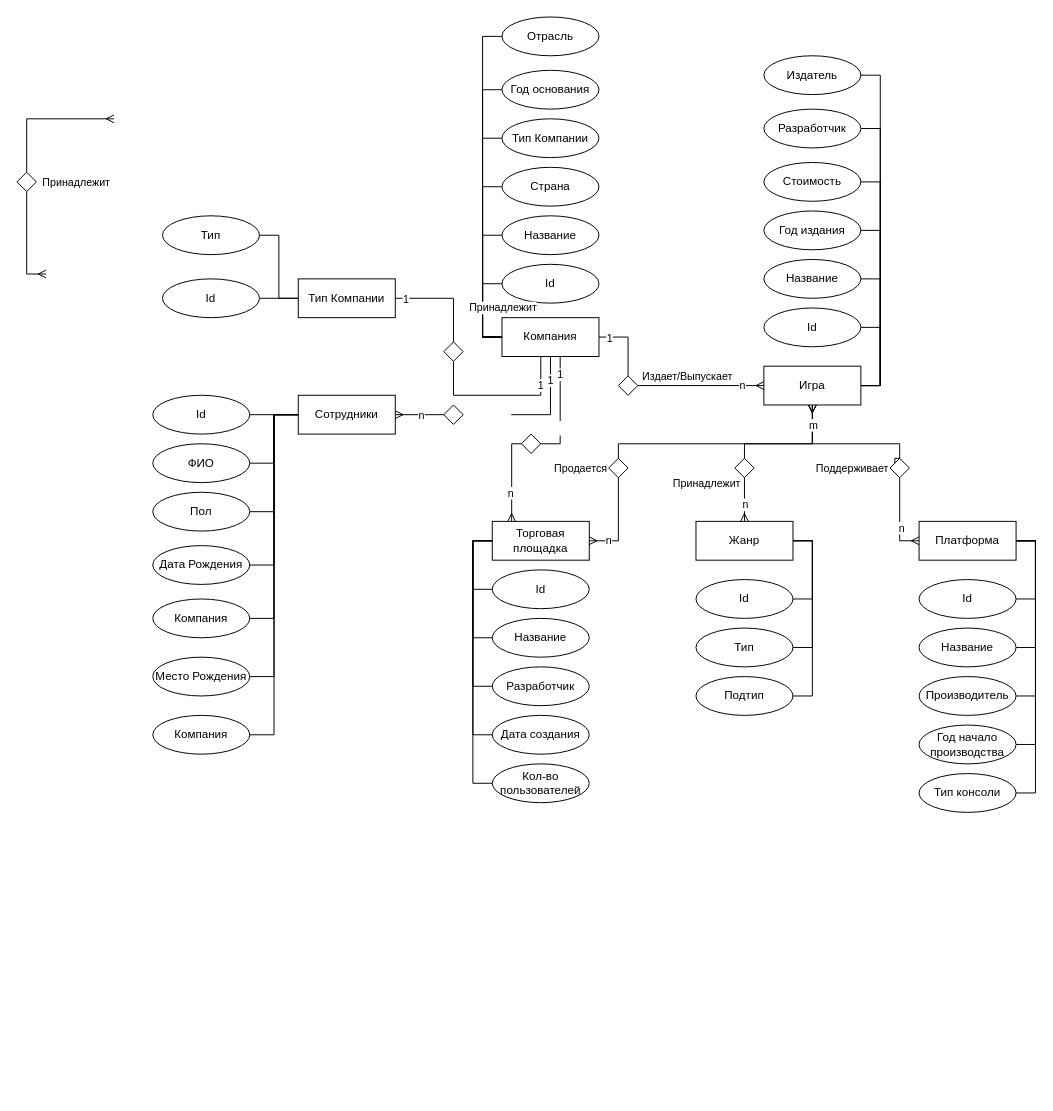
Mansurow/bmstu-iu7-5sem-DB keeps this draw.io diagram as page "ERD DB GAMES" (1 of 3) of erd/erd.drawio. Above is the earlier version. Source tidied: cells renumbered, new cells numbered last; positions are measured from the earlier drawing's top-left corner, leaving out a move shared by most shapes. Both pictures are drawn from the tidied source at 97%, with x=0, y=0 at pixel (16, 16).
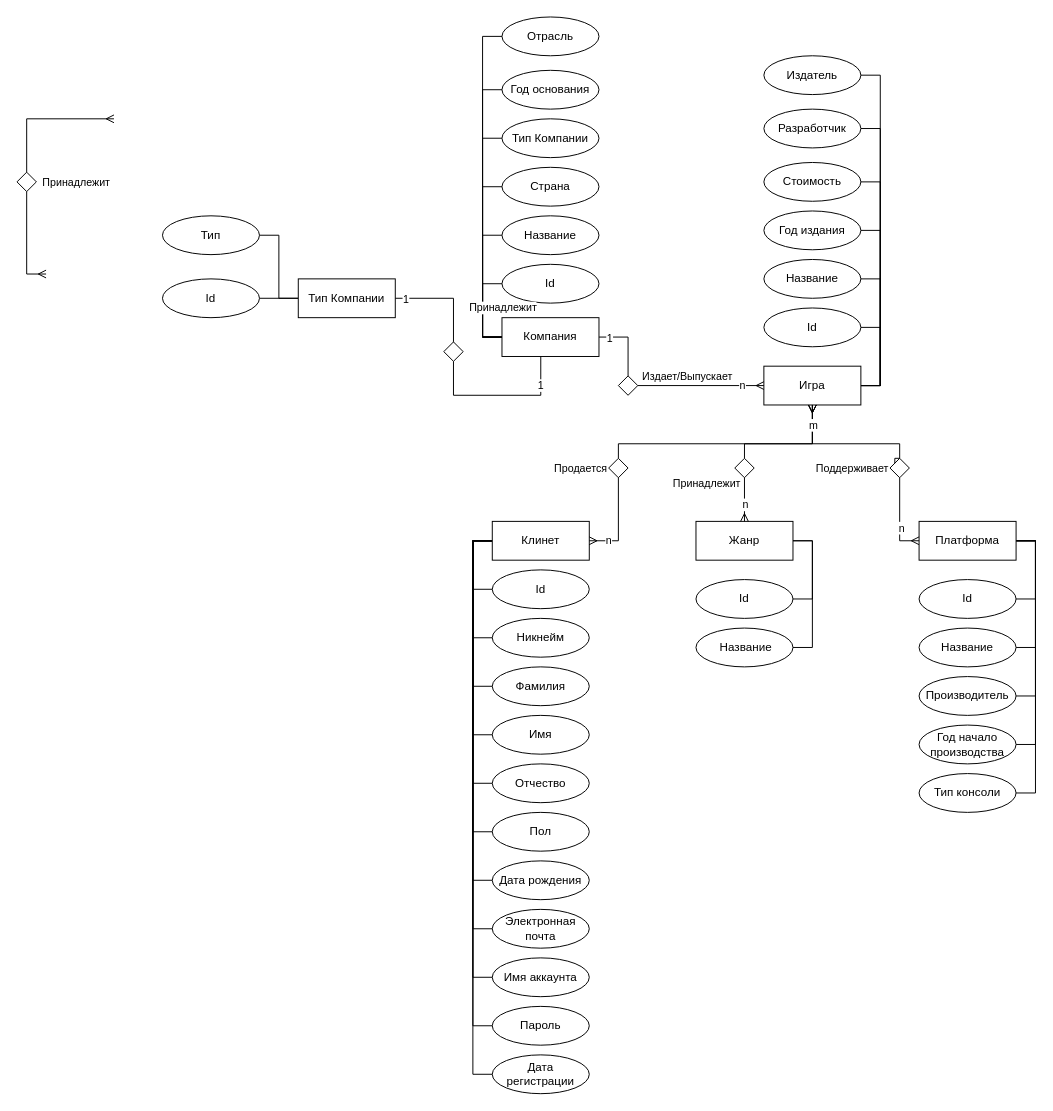
The same page after the edit.

Unchanged cells that the change refers to:
```xml
<mxCell id="29" value="Жанр" style="whiteSpace=wrap;html=1;align=center;shadow=0;strokeColor=default;" parent="1" vertex="1">
  <mxGeometry x="700" y="520" width="100" height="40" as="geometry" />
</mxCell>
<mxCell id="63" value="Компания" style="whiteSpace=wrap;html=1;align=center;shadow=0;strokeColor=default;" parent="1" vertex="1">
  <mxGeometry x="500" y="310" width="100" height="40" as="geometry" />
</mxCell>
<mxCell id="144" style="group;" parent="1" vertex="1">
  <mxGeometry x="400" y="370" width="20" height="150" as="geometry" />
</mxCell>
```

The edit, as a diff of the source:
```diff
@@
-    <mxCell id="28" style="edgeStyle=orthogonalEdgeStyle;rounded=0;jettySize=auto;html=1;exitX=1;exitY=0.5;exitDx=0;exitDy=0;entryX=1;entryY=0.5;entryDx=0;entryDy=0;endArrow=none;endFill=0;" parent="1" edge="1" source="29" target="55">
-      <mxGeometry relative="1" as="geometry" />
-    </mxCell>
@@
-    <mxCell id="54" value="Тип" style="ellipse;whiteSpace=wrap;html=1;align=center;shadow=0;strokeColor=default;" parent="1" vertex="1">
+    <mxCell id="54" value="&amp;nbsp;Название" style="ellipse;whiteSpace=wrap;html=1;align=center;shadow=0;strokeColor=default;" parent="1" vertex="1">
       <mxGeometry x="700" y="630" width="100" height="40" as="geometry" />
     </mxCell>
-    <mxCell id="55" value="Подтип" style="ellipse;whiteSpace=wrap;html=1;align=center;shadow=0;strokeColor=default;" parent="1" vertex="1">
-      <mxGeometry x="700" y="680" width="100" height="40" as="geometry" />
-    </mxCell>
@@
+    <mxCell id="183" style="edgeStyle=orthogonalEdgeStyle;rounded=0;jettySize=auto;html=1;exitX=0;exitY=0.5;exitDx=0;exitDy=0;entryX=0;entryY=0.5;entryDx=0;entryDy=0;endArrow=none;endFill=0;" parent="1" edge="1" source="103" target="133">
+      <mxGeometry relative="1" as="geometry" />
+    </mxCell>
+    <mxCell id="184" style="edgeStyle=orthogonalEdgeStyle;rounded=0;jettySize=auto;html=1;exitX=0;exitY=0.5;exitDx=0;exitDy=0;entryX=0;entryY=0.5;entryDx=0;entryDy=0;endArrow=none;endFill=0;" parent="1" edge="1" source="103" target="189">
+      <mxGeometry relative="1" as="geometry" />
+    </mxCell>
+    <mxCell id="185" style="edgeStyle=orthogonalEdgeStyle;rounded=0;jettySize=auto;html=1;exitX=0;exitY=0.5;exitDx=0;exitDy=0;entryX=0;entryY=0.5;entryDx=0;entryDy=0;endArrow=none;endFill=0;" parent="1" edge="1" source="103" target="190">
+      <mxGeometry relative="1" as="geometry" />
+    </mxCell>
+    <mxCell id="186" style="edgeStyle=orthogonalEdgeStyle;rounded=0;jettySize=auto;html=1;exitX=0;exitY=0.5;exitDx=0;exitDy=0;entryX=0;entryY=0.5;entryDx=0;entryDy=0;endArrow=none;endFill=0;" parent="1" edge="1" source="103" target="191">
+      <mxGeometry relative="1" as="geometry" />
+    </mxCell>
+    <mxCell id="187" style="edgeStyle=orthogonalEdgeStyle;rounded=0;jettySize=auto;html=1;exitX=0;exitY=0.5;exitDx=0;exitDy=0;entryX=0;entryY=0.5;entryDx=0;entryDy=0;endArrow=none;endFill=0;" parent="1" edge="1" source="103" target="192">
+      <mxGeometry relative="1" as="geometry" />
+    </mxCell>
+    <mxCell id="188" style="edgeStyle=orthogonalEdgeStyle;rounded=0;jettySize=auto;html=1;exitX=0;exitY=0.5;exitDx=0;exitDy=0;entryX=0;entryY=0.5;entryDx=0;entryDy=0;endArrow=none;endFill=0;" parent="1" edge="1" source="103" target="193">
+      <mxGeometry relative="1" as="geometry" />
+    </mxCell>
-    <mxCell id="103" value="Торговая площадка" style="whiteSpace=wrap;html=1;align=center;shadow=0;strokeColor=default;" parent="1" vertex="1">
+    <mxCell id="103" value="Клинет" style="whiteSpace=wrap;html=1;align=center;shadow=0;strokeColor=default;" parent="1" vertex="1">
       <mxGeometry x="490" y="520" width="100" height="40" as="geometry" />
     </mxCell>
@@
     <mxCell id="117" style="group;" parent="1" vertex="1">
-      <mxGeometry x="540" y="360" width="20" height="150" as="geometry" />
+      <mxGeometry x="520" y="390" width="20" height="150" as="geometry" />
     </mxCell>
@@
-    <mxCell id="119" value="Название" style="ellipse;whiteSpace=wrap;html=1;align=center;shadow=0;strokeColor=default;" parent="1" vertex="1">
+    <mxCell id="119" value="&lt;span style=&quot;text-align: left;&quot;&gt;Никнейм&lt;/span&gt;" style="ellipse;whiteSpace=wrap;html=1;align=center;shadow=0;strokeColor=default;" parent="1" vertex="1">
       <mxGeometry x="490" y="620" width="100" height="40" as="geometry" />
     </mxCell>
-    <mxCell id="120" value="Разработчик" style="ellipse;whiteSpace=wrap;html=1;align=center;shadow=0;strokeColor=default;" parent="1" vertex="1">
+    <mxCell id="120" value="&lt;span style=&quot;text-align: left;&quot;&gt;Фамилия&lt;/span&gt;" style="ellipse;whiteSpace=wrap;html=1;align=center;shadow=0;strokeColor=default;" parent="1" vertex="1">
       <mxGeometry x="490" y="670" width="100" height="40" as="geometry" />
     </mxCell>
-    <mxCell id="121" value="Дата создания" style="ellipse;whiteSpace=wrap;html=1;align=center;shadow=0;strokeColor=default;" parent="1" vertex="1">
+    <mxCell id="121" value="Имя" style="ellipse;whiteSpace=wrap;html=1;align=center;shadow=0;strokeColor=default;" parent="1" vertex="1">
       <mxGeometry x="490" y="720" width="100" height="40" as="geometry" />
     </mxCell>
-    <mxCell id="122" value="Кол-во пользователей" style="ellipse;whiteSpace=wrap;html=1;align=center;shadow=0;strokeColor=default;" parent="1" vertex="1">
+    <mxCell id="122" value="Отчество" style="ellipse;whiteSpace=wrap;html=1;align=center;shadow=0;strokeColor=default;" parent="1" vertex="1">
       <mxGeometry x="490" y="770" width="100" height="40" as="geometry" />
     </mxCell>
-    <mxCell id="123" style="edgeStyle=orthogonalEdgeStyle;rounded=0;jettySize=auto;html=1;exitX=0;exitY=0.5;exitDx=0;exitDy=0;entryX=1;entryY=0.5;entryDx=0;entryDy=0;endArrow=none;endFill=0;" parent="1" edge="1" source="130" target="131">
-      <mxGeometry relative="1" as="geometry" />
-    </mxCell>
-    <mxCell id="124" style="edgeStyle=orthogonalEdgeStyle;rounded=0;jettySize=auto;html=1;exitX=0;exitY=0.5;exitDx=0;exitDy=0;entryX=1;entryY=0.5;entryDx=0;entryDy=0;endArrow=none;endFill=0;" parent="1" edge="1" source="130" target="132">
-      <mxGeometry relative="1" as="geometry" />
-    </mxCell>
-    <mxCell id="125" style="edgeStyle=orthogonalEdgeStyle;rounded=0;jettySize=auto;html=1;exitX=0;exitY=0.5;exitDx=0;exitDy=0;entryX=1;entryY=0.5;entryDx=0;entryDy=0;endArrow=none;endFill=0;" parent="1" edge="1" source="130" target="133">
-      <mxGeometry relative="1" as="geometry" />
-    </mxCell>
-    <mxCell id="126" style="edgeStyle=orthogonalEdgeStyle;rounded=0;jettySize=auto;html=1;exitX=0;exitY=0.5;exitDx=0;exitDy=0;entryX=1;entryY=0.5;entryDx=0;entryDy=0;endArrow=none;endFill=0;" parent="1" edge="1" source="130" target="134">
-      <mxGeometry relative="1" as="geometry" />
-    </mxCell>
-    <mxCell id="127" style="edgeStyle=orthogonalEdgeStyle;rounded=0;jettySize=auto;html=1;exitX=0;exitY=0.5;exitDx=0;exitDy=0;entryX=1;entryY=0.5;entryDx=0;entryDy=0;endArrow=none;endFill=0;" parent="1" edge="1" source="130" target="135">
-      <mxGeometry relative="1" as="geometry" />
-    </mxCell>
-    <mxCell id="128" style="edgeStyle=orthogonalEdgeStyle;rounded=0;jettySize=auto;html=1;exitX=0;exitY=0.5;exitDx=0;exitDy=0;entryX=1;entryY=0.5;entryDx=0;entryDy=0;endArrow=none;endFill=0;" parent="1" edge="1" source="130" target="136">
-      <mxGeometry relative="1" as="geometry" />
-    </mxCell>
-    <mxCell id="129" style="edgeStyle=orthogonalEdgeStyle;rounded=0;jettySize=auto;html=1;exitX=0;exitY=0.5;exitDx=0;exitDy=0;entryX=1;entryY=0.5;entryDx=0;entryDy=0;fontSize=12;fontColor=#FFFFFF;endArrow=none;endFill=0;" parent="1" edge="1" source="130" target="182">
-      <mxGeometry relative="1" as="geometry" />
-    </mxCell>
-    <mxCell id="130" value="Сотрудники" style="whiteSpace=wrap;html=1;align=center;shadow=0;strokeColor=default;" parent="1" vertex="1">
-      <mxGeometry x="290" y="390" width="100" height="40" as="geometry" />
-    </mxCell>
-    <mxCell id="131" value="Id" style="ellipse;whiteSpace=wrap;html=1;align=center;shadow=0;strokeColor=default;" parent="1" vertex="1">
-      <mxGeometry x="140" y="390" width="100" height="40" as="geometry" />
-    </mxCell>
-    <mxCell id="132" value="ФИО" style="ellipse;whiteSpace=wrap;html=1;align=center;shadow=0;strokeColor=default;" parent="1" vertex="1">
-      <mxGeometry x="140" y="440" width="100" height="40" as="geometry" />
-    </mxCell>
-    <mxCell id="133" value="Пол" style="ellipse;whiteSpace=wrap;html=1;align=center;shadow=0;strokeColor=default;" parent="1" vertex="1">
-      <mxGeometry x="140" y="490" width="100" height="40" as="geometry" />
-    </mxCell>
-    <mxCell id="134" value="Дата Рождения" style="ellipse;whiteSpace=wrap;html=1;align=center;shadow=0;strokeColor=default;" parent="1" vertex="1">
-      <mxGeometry x="140" y="545" width="100" height="40" as="geometry" />
-    </mxCell>
-    <mxCell id="135" value="Компания" style="ellipse;whiteSpace=wrap;html=1;align=center;shadow=0;strokeColor=default;" parent="1" vertex="1">
-      <mxGeometry x="140" y="600" width="100" height="40" as="geometry" />
-    </mxCell>
-    <mxCell id="136" value="Место Рождения" style="ellipse;whiteSpace=wrap;html=1;align=center;shadow=0;strokeColor=default;" parent="1" vertex="1">
-      <mxGeometry x="140" y="660" width="100" height="40" as="geometry" />
-    </mxCell>
@@
-    <mxCell id="147" style="edgeStyle=orthogonalEdgeStyle;rounded=0;jettySize=auto;html=1;exitX=0.5;exitY=1;exitDx=0;exitDy=0;entryX=0;entryY=0.5;entryDx=0;entryDy=0;endArrow=ERmany;endFill=0;" parent="144" edge="1" source="158">
-      <mxGeometry relative="1" as="geometry">
-        <Array as="points">
-          <mxPoint x="10" y="150" />
-        </Array>
-      </mxGeometry>
-    </mxCell>
-    <mxCell id="148" style="edgeStyle=orthogonalEdgeStyle;rounded=0;jettySize=auto;html=1;exitX=0;exitY=0.5;exitDx=0;exitDy=0;endArrow=ERmany;endFill=0;entryX=1;entryY=0.5;entryDx=0;entryDy=0;" parent="1" edge="1" source="158" target="130">
-      <mxGeometry relative="1" as="geometry">
-        <Array as="points">
-          <mxPoint x="460" y="410" />
-        </Array>
-      </mxGeometry>
-    </mxCell>
-    <mxCell id="149" value="n" style="edgeLabel;html=1;align=center;verticalAlign=middle;" parent="148" vertex="1">
-      <mxGeometry x="0.35" y="1" relative="1" as="geometry">
-        <mxPoint x="-3" y="-1" as="offset" />
-      </mxGeometry>
-    </mxCell>
@@
-    <mxCell id="151" style="edgeStyle=orthogonalEdgeStyle;rounded=0;jettySize=auto;html=1;exitX=1;exitY=0.5;exitDx=0;exitDy=0;entryX=0.5;entryY=1;entryDx=0;entryDy=0;endArrow=none;endFill=0;" parent="1" edge="1" source="158" target="63">
-      <mxGeometry relative="1" as="geometry">
-        <Array as="points">
-          <mxPoint x="550" y="410" />
-        </Array>
-      </mxGeometry>
-    </mxCell>
-    <mxCell id="152" value="1" style="edgeLabel;html=1;align=center;verticalAlign=middle;" parent="151" vertex="1">
-      <mxGeometry x="0.68" y="1" relative="1" as="geometry" />
-    </mxCell>
-    <mxCell id="153" value="Работает" style="edgeLabel;html=1;align=center;verticalAlign=middle;fontSize=12;fontColor=#FFFFFF;" parent="151" vertex="1">
-      <mxGeometry x="-0.69" relative="1" as="geometry" />
-    </mxCell>
@@
-    <mxCell id="158" style="rhombus;whiteSpace=wrap;html=1;shadow=0;strokeColor=default;" parent="1" vertex="1">
-      <mxGeometry x="440" y="400" width="20" height="20" as="geometry" />
-    </mxCell>
@@
-    <mxCell id="176" style="edgeStyle=orthogonalEdgeStyle;rounded=0;jettySize=auto;html=1;exitX=0;exitY=0.5;exitDx=0;exitDy=0;endArrow=ERmany;endFill=0;entryX=0.2;entryY=0;entryDx=0;entryDy=0;entryPerimeter=0;" parent="1" edge="1" source="181" target="103">
-      <mxGeometry relative="1" as="geometry">
-        <Array as="points">
-          <mxPoint x="510" y="490" />
-          <mxPoint x="510" y="490" />
-        </Array>
-      </mxGeometry>
-    </mxCell>
-    <mxCell id="177" value="n" style="edgeLabel;html=1;align=center;verticalAlign=middle;" parent="176" vertex="1">
-      <mxGeometry x="0.35" y="1" relative="1" as="geometry">
-        <mxPoint x="-3" y="-1" as="offset" />
-      </mxGeometry>
-    </mxCell>
-    <mxCell id="178" style="edgeStyle=orthogonalEdgeStyle;rounded=0;jettySize=auto;html=1;exitX=1;exitY=0.5;exitDx=0;exitDy=0;endArrow=none;endFill=0;" parent="1" edge="1" source="181" target="63">
-      <mxGeometry relative="1" as="geometry">
-        <Array as="points">
-          <mxPoint x="560" y="440" />
-        </Array>
-      </mxGeometry>
-    </mxCell>
-    <mxCell id="179" value="1" style="edgeLabel;html=1;align=center;verticalAlign=middle;" parent="178" vertex="1">
-      <mxGeometry x="0.68" y="1" relative="1" as="geometry" />
-    </mxCell>
-    <mxCell id="180" value="Разработали" style="edgeLabel;html=1;align=center;verticalAlign=middle;fontSize=12;fontColor=#FFFFFF;" parent="178" vertex="1">
-      <mxGeometry x="-0.33" relative="1" as="geometry" />
-    </mxCell>
-    <mxCell id="181" style="rhombus;whiteSpace=wrap;html=1;shadow=0;strokeColor=default;" parent="1" vertex="1">
-      <mxGeometry x="520" y="430" width="20" height="20" as="geometry" />
-    </mxCell>
-    <mxCell id="182" value="Компания" style="ellipse;whiteSpace=wrap;html=1;align=center;shadow=0;strokeColor=default;" parent="1" vertex="1">
-      <mxGeometry x="140" y="720" width="100" height="40" as="geometry" />
-    </mxCell>
+    <mxCell id="133" value="&lt;span style=&quot;text-align: left;&quot;&gt;Пол&lt;/span&gt;" style="ellipse;whiteSpace=wrap;html=1;align=center;shadow=0;strokeColor=default;" parent="1" vertex="1">
+      <mxGeometry x="490" y="820" width="100" height="40" as="geometry" />
+    </mxCell>
+    <mxCell id="189" value="&lt;span style=&quot;text-align: left;&quot;&gt;Электронная почта&lt;/span&gt;" style="ellipse;whiteSpace=wrap;html=1;align=center;shadow=0;strokeColor=default;" parent="1" vertex="1">
+      <mxGeometry x="490" y="920" width="100" height="40" as="geometry" />
+    </mxCell>
+    <mxCell id="190" value="&lt;span style=&quot;text-align: left;&quot;&gt;Имя аккаунта&lt;/span&gt;" style="ellipse;whiteSpace=wrap;html=1;align=center;shadow=0;strokeColor=default;" parent="1" vertex="1">
+      <mxGeometry x="490" y="970" width="100" height="40" as="geometry" />
+    </mxCell>
+    <mxCell id="191" value="&lt;span style=&quot;text-align: left;&quot;&gt;Пароль&lt;/span&gt;" style="ellipse;whiteSpace=wrap;html=1;align=center;shadow=0;strokeColor=default;" parent="1" vertex="1">
+      <mxGeometry x="490" y="1020" width="100" height="40" as="geometry" />
+    </mxCell>
+    <mxCell id="192" value="&lt;div style=&quot;text-align: left;&quot;&gt;&lt;span style=&quot;background-color: initial;&quot;&gt;Дата рождения&lt;/span&gt;&lt;/div&gt;" style="ellipse;whiteSpace=wrap;html=1;align=center;shadow=0;strokeColor=default;" parent="1" vertex="1">
+      <mxGeometry x="490" y="870" width="100" height="40" as="geometry" />
+    </mxCell>
+    <mxCell id="193" value="&lt;span style=&quot;text-align: left;&quot;&gt;Дата регистрации&lt;/span&gt;" style="ellipse;whiteSpace=wrap;html=1;align=center;shadow=0;strokeColor=default;" parent="1" vertex="1">
+      <mxGeometry x="490" y="1070" width="100" height="40" as="geometry" />
+    </mxCell>
```
